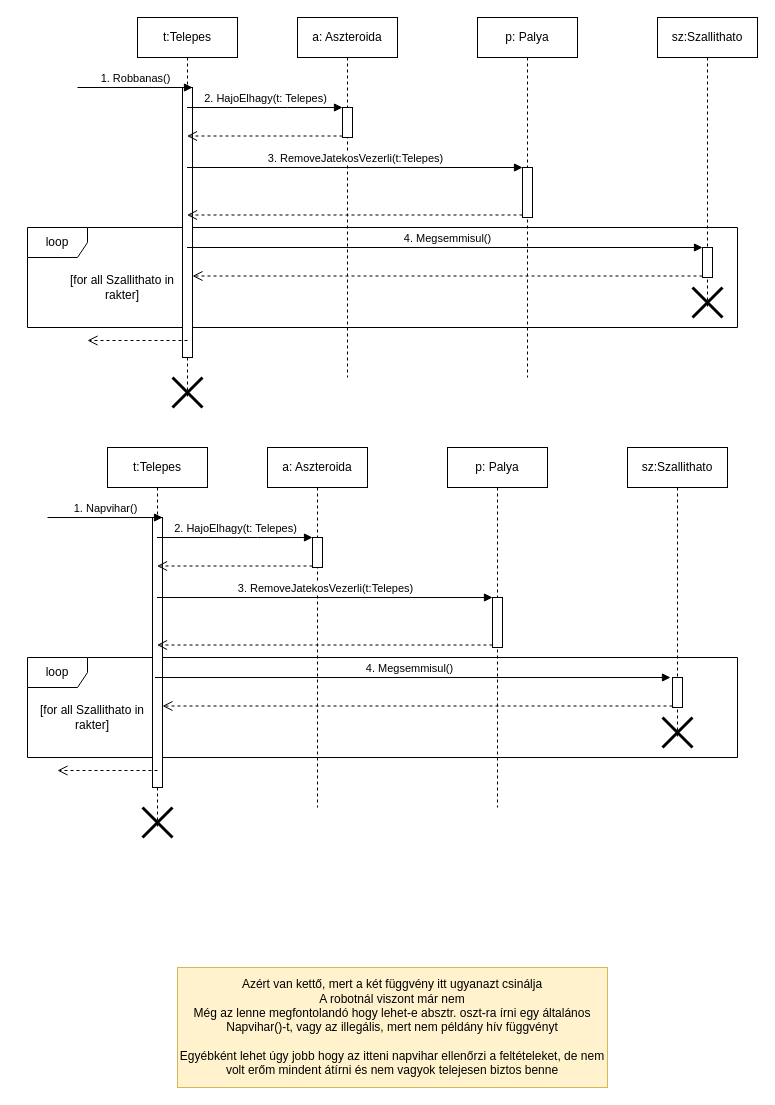
This is page "Page-1" (1 of 3) of doc/uml/telepes meghal.drawio from torpeBoiGo/aszteroidabanyaszat, a draw.io file, before an edit. Source tidied: cells renumbered, new cells numbered last; positions are measured from the earlier drawing's top-left corner, leaving out a move shared by most shapes. Both pictures are drawn from the tidied source at 100%, with x=0, y=0 at pixel (27, 17).
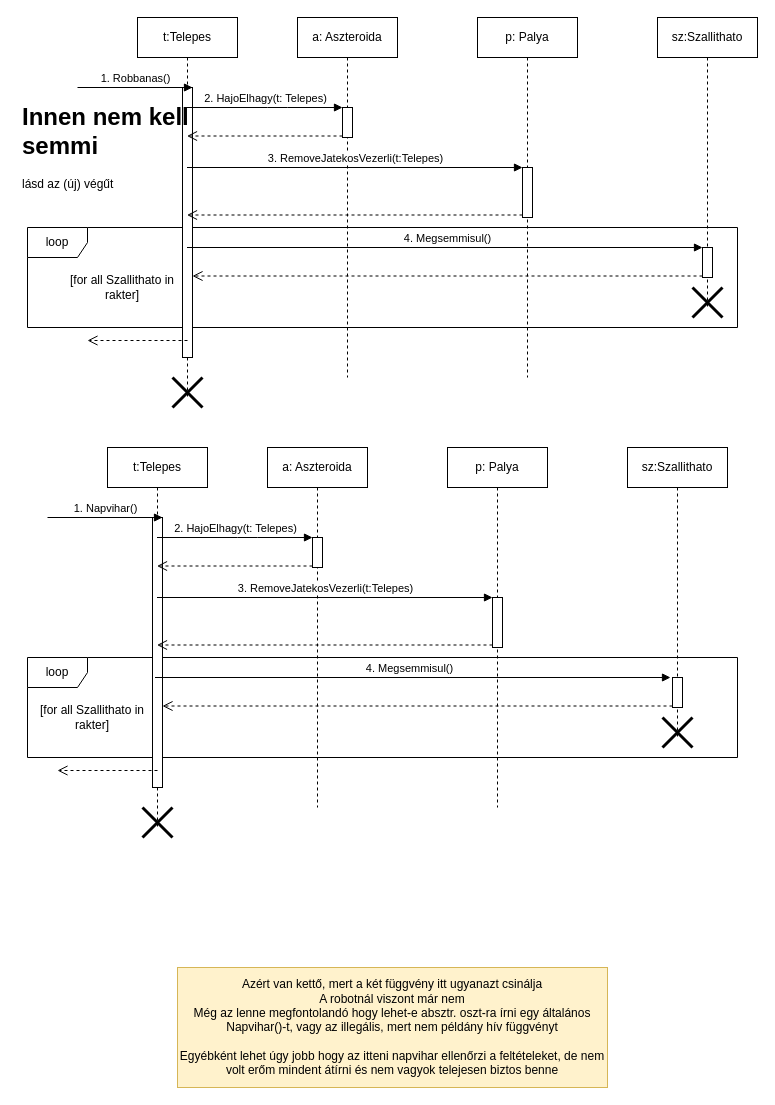
Above is the later version.

What changed in the source:
```diff
@@
+    <mxCell id="43" value="&lt;h1&gt;Innen nem kell semmi&lt;/h1&gt;&lt;div&gt;lásd az (új) végűt&lt;/div&gt;" style="text;html=1;strokeColor=none;fillColor=none;spacing=5;spacingTop=-20;whiteSpace=wrap;overflow=hidden;rounded=0;" parent="1" vertex="1">
+      <mxGeometry x="-10" y="80" width="190" height="120" as="geometry" />
+    </mxCell>
```
